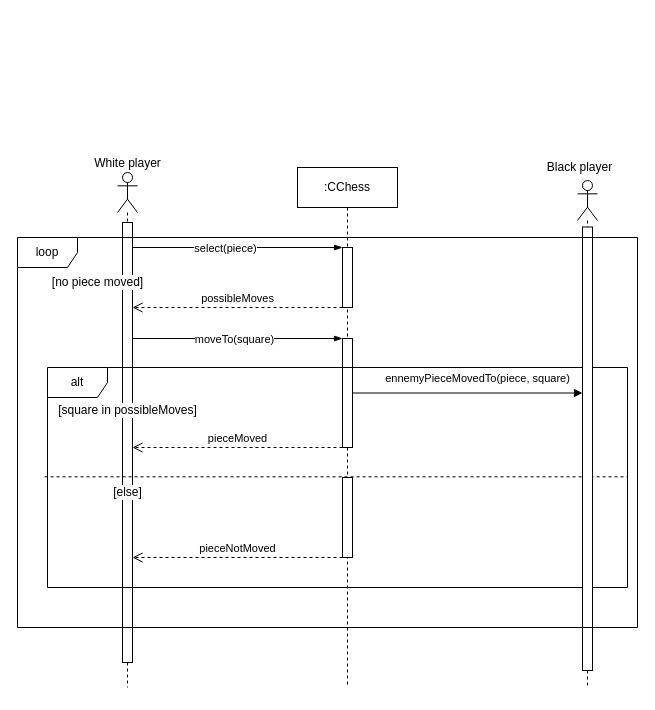
The draw.io diagram page "Move piece" (2 of 6) of Sequence Diagrams.drawio in MonsieurMK/CppChess, before the edit. Source tidied: cells renumbered, new cells numbered last; positions are measured from the earlier drawing's top-left corner, leaving out a move shared by most shapes. Both pictures are drawn from the tidied source at 100%, with x=0, y=0 at pixel (17, 148).
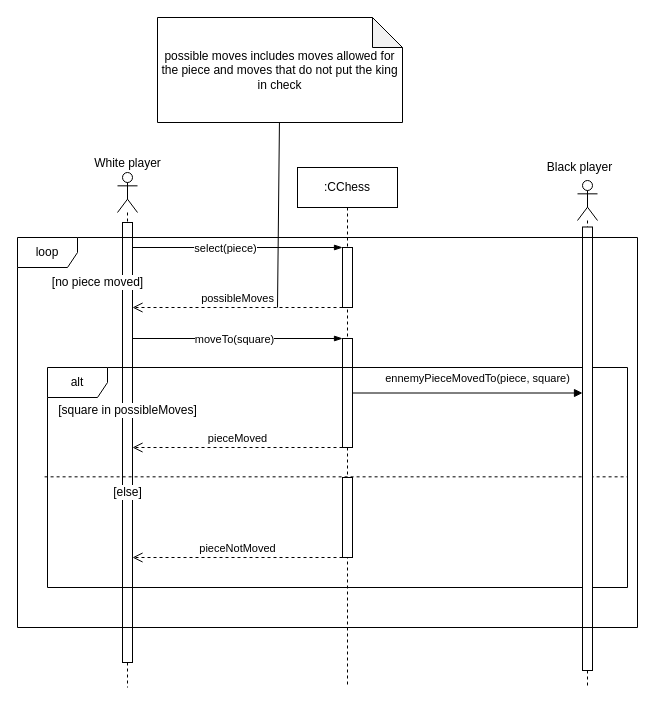
The same diagram, later.

Change to the diagram source:
```diff
@@
+    <mxCell id="27" style="rounded=0;jettySize=auto;html=1;endArrow=none;endFill=0;" parent="1" edge="1" source="28">
+      <mxGeometry relative="1" as="geometry">
+        <mxPoint x="260" y="159" as="targetPoint" />
+      </mxGeometry>
+    </mxCell>
@@
+    <mxCell id="28" value="possible moves includes moves allowed for the piece and moves that do not put the king in check" style="shape=note;whiteSpace=wrap;html=1;backgroundOutline=1;darkOpacity=0.05;" parent="1" vertex="1">
+      <mxGeometry x="140" y="-131" width="245" height="105" as="geometry" />
+    </mxCell>
```
